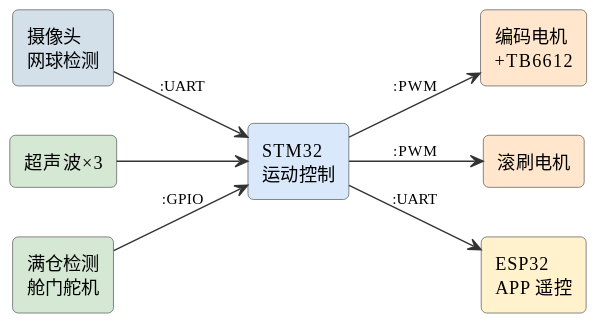
Above: assets/diagrams/ideas-fig107.svg in mingyi0818/IntelligentMcuCourse (PlantUML), before the change.
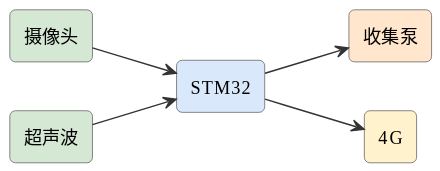
The same diagram one commit later.

The edit, as a diff of the source:
```diff
@@ -6,17 +6,13 @@
 skinparam arrowFontSize 11
 skinparam arrowColor #333
 left to right direction
-rectangle "摄像头\n网球检测" as cam #d3e0ea
-rectangle "超声波×3" as ultra #d5e8d4
-rectangle "STM32\n运动控制" as stm #dae8fc
-rectangle "编码电机\n+TB6612" as mot #ffe6cc
-rectangle "滚刷电机" as brush #ffe6cc
-rectangle "满仓检测\n舱门舵机" as door #d5e8d4
-rectangle "ESP32\nAPP 遥控" as esp #fff2cc
-cam --> stm : :UART
-ultra --> stm
-stm --> mot : :PWM
-stm --> brush : :PWM
-door --> stm : :GPIO
-stm --> esp : :UART
+rectangle "摄像头" as cam #d5e8d4
+rectangle "STM32" as stm #dae8fc
+rectangle "收集泵" as pump #ffe6cc
+rectangle "超声波" as ult #d5e8d4
+rectangle "4G" as g #fff2cc
+cam --> stm
+stm --> pump
+ult --> stm
+stm --> g
 @enduml
```
